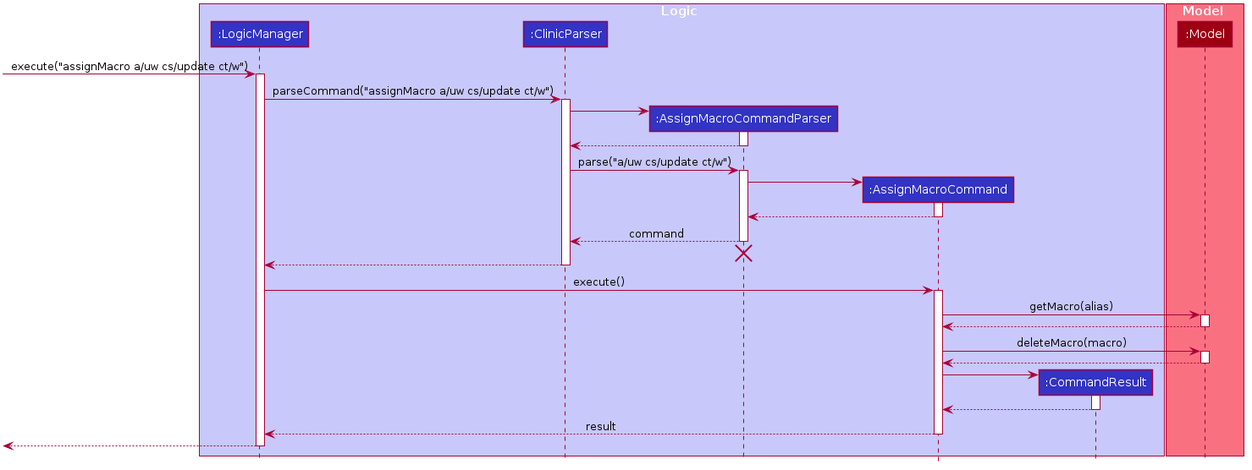
Before: docs/images/RemoveMacroCommandSequenceDiagram.png, a diagram exported from PlantUML (tohyuting/tp).
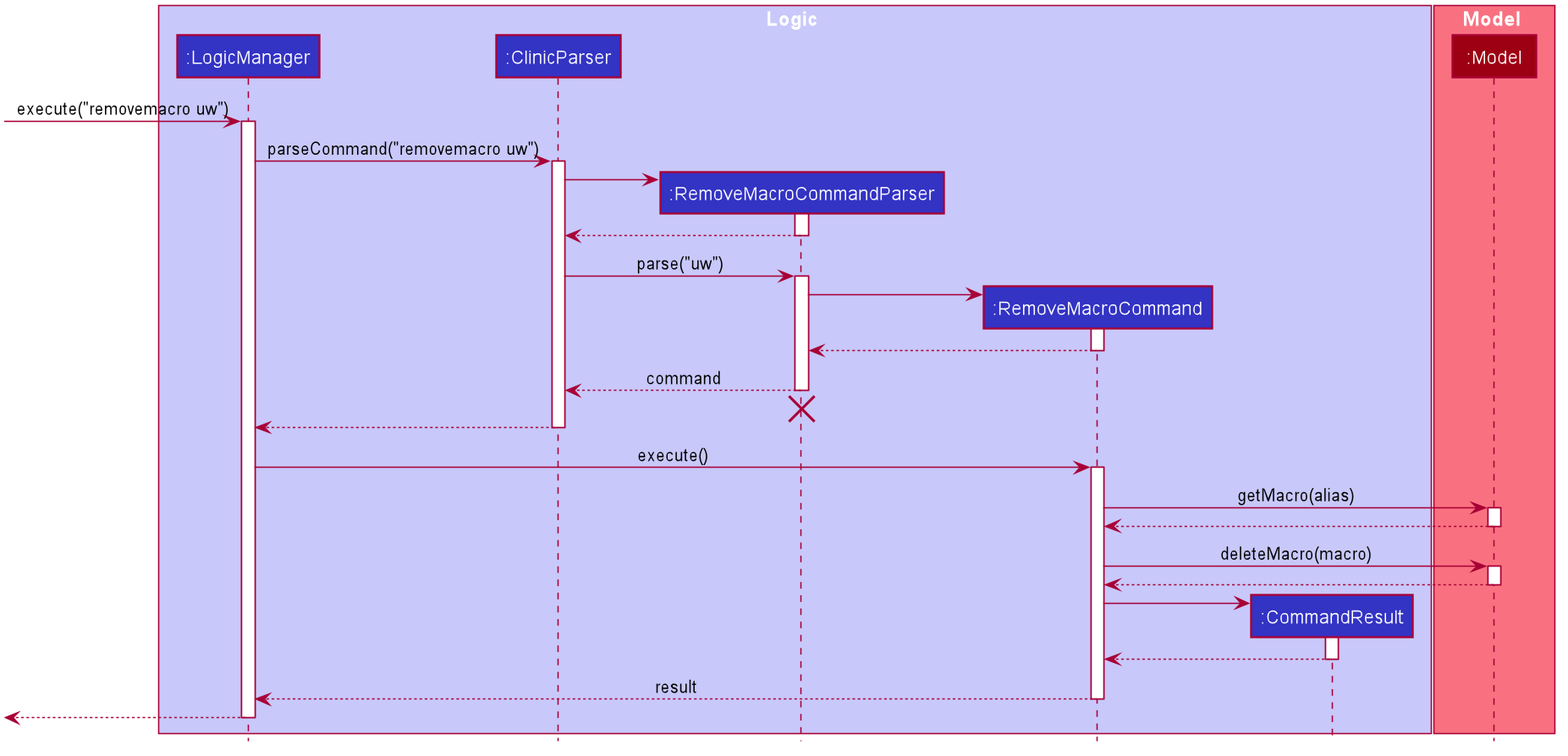
The same file after the commit.

Change to the diagram source:
```diff
@@ -51,8 +51,8 @@
 box Logic #C8C8FA
 participant ":LogicManager" as LogicManager #3333C4
 participant ":ClinicParser" as ClinicParser #3333C4
-participant ":AssignMacroCommandParser" as AssignMacroCommandParser #3333C4
-participant ":AssignMacroCommand" as AssignMacroCommand #3333C4
+participant ":RemoveMacroCommandParser" as RemoveMacroCommandParser #3333C4
+participant ":RemoveMacroCommand" as RemoveMacroCommand #3333C4
 participant ":CommandResult" as CommandResult #3333C4
 end box
 
@@ -60,61 +60,61 @@
 participant ":Model" as Model #9D0012
 end box
 
-[-> LogicManager : execute("assignMacro a/uw cs/update ct/w")
+[-> LogicManager : execute("removemacro uw")
 activate LogicManager
 
-LogicManager -> ClinicParser : parseCommand("assignMacro a/uw cs/update ct/w")
+LogicManager -> ClinicParser : parseCommand("removemacro uw")
 activate ClinicParser
 
-create AssignMacroCommandParser
-ClinicParser -> AssignMacroCommandParser
-activate AssignMacroCommandParser
+create RemoveMacroCommandParser
+ClinicParser -> RemoveMacroCommandParser
+activate RemoveMacroCommandParser
 
-AssignMacroCommandParser --> ClinicParser
-deactivate AssignMacroCommandParser
+RemoveMacroCommandParser --> ClinicParser
+deactivate RemoveMacroCommandParser
 
-ClinicParser -> AssignMacroCommandParser : parse("a/uw cs/update ct/w")
-activate AssignMacroCommandParser
+ClinicParser -> RemoveMacroCommandParser : parse("uw")
+activate RemoveMacroCommandParser
 
-create AssignMacroCommand
-AssignMacroCommandParser -> AssignMacroCommand
-activate AssignMacroCommand
+create RemoveMacroCommand
+RemoveMacroCommandParser -> RemoveMacroCommand
+activate RemoveMacroCommand
 
-AssignMacroCommand --> AssignMacroCommandParser :
-deactivate AssignMacroCommand
+RemoveMacroCommand --> RemoveMacroCommandParser :
+deactivate RemoveMacroCommand
 
-AssignMacroCommandParser --> ClinicParser : command
-deactivate AssignMacroCommandParser
-AssignMacroCommandParser -[hidden]-> ClinicParser
-destroy AssignMacroCommandParser
+RemoveMacroCommandParser --> ClinicParser : command
+deactivate RemoveMacroCommandParser
+RemoveMacroCommandParser -[hidden]-> ClinicParser
+destroy RemoveMacroCommandParser
 
 ClinicParser --> LogicManager :
 deactivate ClinicParser
 
-LogicManager -> AssignMacroCommand : execute()
-activate AssignMacroCommand
+LogicManager -> RemoveMacroCommand : execute()
+activate RemoveMacroCommand
 
-AssignMacroCommand -> Model : getMacro(alias)
+RemoveMacroCommand -> Model : getMacro(alias)
 activate Model
 
-Model --> AssignMacroCommand :
+Model --> RemoveMacroCommand :
 deactivate Model
 
-AssignMacroCommand -> Model : deleteMacro(macro)
+RemoveMacroCommand -> Model : deleteMacro(macro)
 activate Model
 
-Model --> AssignMacroCommand :
+Model --> RemoveMacroCommand :
 deactivate Model
 
 create CommandResult
-AssignMacroCommand -> CommandResult
+RemoveMacroCommand -> CommandResult
 activate CommandResult
 
-CommandResult --> AssignMacroCommand
+CommandResult --> RemoveMacroCommand
 deactivate CommandResult
 
-AssignMacroCommand --> LogicManager : result
-deactivate AssignMacroCommand
+RemoveMacroCommand --> LogicManager : result
+deactivate RemoveMacroCommand
 
 [<--LogicManager
 deactivate LogicManager
```
